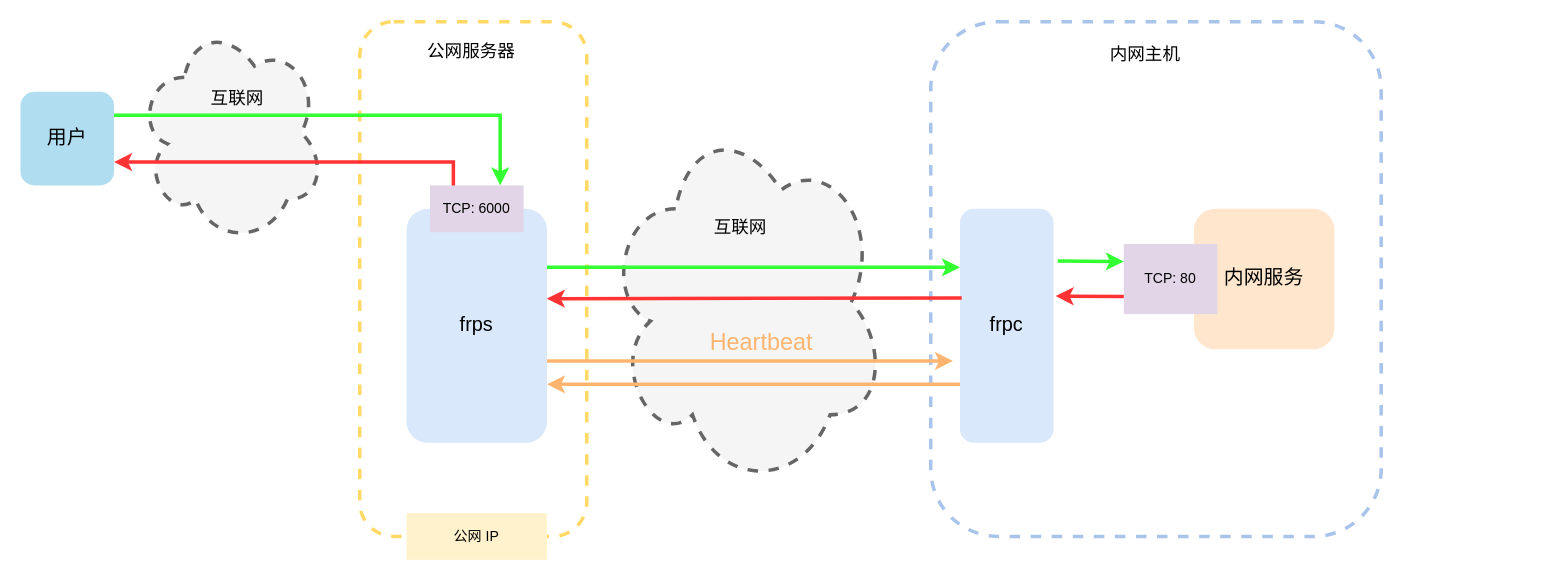
This is docs/UCAS/OOP/assets/workflow.drawio from LucasLan666666/LucasLan666666.github.io, a draw.io file, before an edit. Source tidied: cells renumbered, new cells numbered last; positions are measured from the earlier drawing's top-left corner, leaving out a move shared by most shapes. Both pictures are drawn from the tidied source at 117%, with x=0, y=0 at pixel (20, 21).
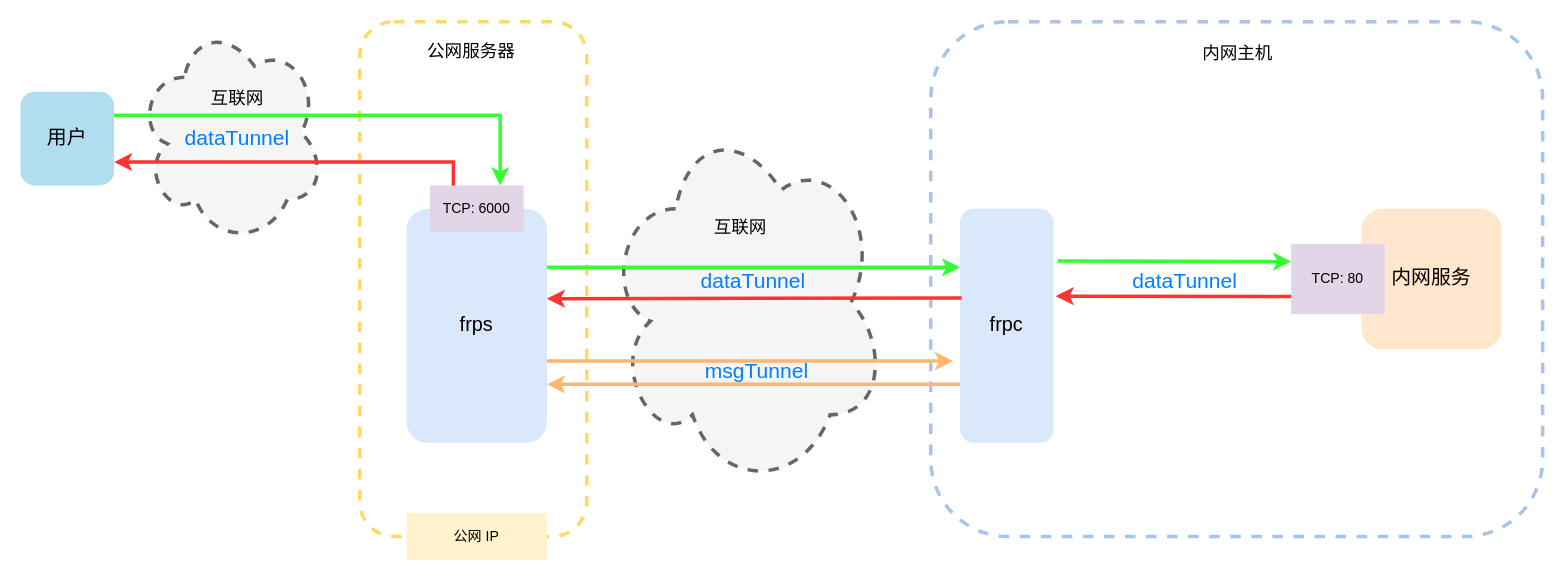
After the change.

Diff of the diagram source:
```diff
@@
     <mxCell id="6" style="rounded=1;whiteSpace=wrap;html=1;fillColor=none;dashed=1;strokeWidth=3;strokeColor=#A9C4EB;" parent="1" vertex="1">
-      <mxGeometry x="778" width="385" height="440" as="geometry" />
+      <mxGeometry x="778" width="523" height="440" as="geometry" />
     </mxCell>
@@
     <mxCell id="8" value="&lt;font style=&quot;font-size: 15px;&quot;&gt;内网主机&lt;/font&gt;" style="text;html=1;align=center;verticalAlign=middle;strokeColor=none;fillColor=none;" parent="1" vertex="1">
-      <mxGeometry x="921" y="12" width="80" height="30" as="geometry" />
+      <mxGeometry x="999.5" y="11" width="80" height="30" as="geometry" />
     </mxCell>
@@
     <mxCell id="16" value="&lt;font face=&quot;JetBrains Mono NL&quot; style=&quot;font-size: 17px;&quot;&gt;内网服务&lt;/font&gt;" style="rounded=1;whiteSpace=wrap;html=1;fillColor=#ffe6cc;strokeColor=none;" parent="1" vertex="1">
-      <mxGeometry x="1003" y="160" width="120" height="120" as="geometry" />
+      <mxGeometry x="1146" y="160" width="120" height="120" as="geometry" />
     </mxCell>
     <mxCell id="17" value="&lt;font face=&quot;JetBrains Mono NL&quot;&gt;TCP: 80&lt;/font&gt;" style="rounded=0;whiteSpace=wrap;html=1;fillColor=#e1d5e7;strokeColor=none;" parent="1" vertex="1">
-      <mxGeometry x="943" y="190" width="80" height="60" as="geometry" />
+      <mxGeometry x="1086" y="190" width="80" height="60" as="geometry" />
     </mxCell>
@@
-    <mxCell id="25" value="&lt;font color=&quot;#ffb570&quot; face=&quot;JetBrains Mono NL&quot; style=&quot;font-size: 20px;&quot;&gt;Heartbeat&lt;/font&gt;" style="text;html=1;align=center;verticalAlign=middle;strokeColor=none;fillColor=none;fontSize=20;" parent="1" vertex="1">
-      <mxGeometry x="570" y="253" width="126" height="39" as="geometry" />
-    </mxCell>
+    <mxCell id="26" value="&lt;font color=&quot;#007fff&quot; face=&quot;JetBrains Mono NL&quot; style=&quot;font-size: 18px;&quot;&gt;dataTunnel&lt;/font&gt;" style="text;html=1;align=center;verticalAlign=middle;strokeColor=none;fillColor=none;" parent="1" vertex="1">
+      <mxGeometry x="121.5" y="82" width="127" height="35" as="geometry" />
+    </mxCell>
+    <mxCell id="27" value="&lt;font color=&quot;#007fff&quot; face=&quot;JetBrains Mono NL&quot; style=&quot;font-size: 18px;&quot;&gt;dataTunnel&lt;/font&gt;" style="text;html=1;align=center;verticalAlign=middle;strokeColor=none;fillColor=none;" parent="1" vertex="1">
+      <mxGeometry x="562" y="204" width="127" height="35" as="geometry" />
+    </mxCell>
+    <mxCell id="28" value="&lt;font color=&quot;#007fff&quot; face=&quot;JetBrains Mono NL&quot; style=&quot;font-size: 18px;&quot;&gt;msgTunnel&lt;/font&gt;" style="text;html=1;align=center;verticalAlign=middle;strokeColor=none;fillColor=none;" parent="1" vertex="1">
+      <mxGeometry x="571" y="281" width="116" height="35" as="geometry" />
+    </mxCell>
+    <mxCell id="29" value="&lt;font color=&quot;#007fff&quot; face=&quot;JetBrains Mono NL&quot; style=&quot;font-size: 18px;&quot;&gt;dataTunnel&lt;/font&gt;" style="text;html=1;align=center;verticalAlign=middle;strokeColor=none;fillColor=none;" parent="1" vertex="1">
+      <mxGeometry x="931" y="204" width="127" height="35" as="geometry" />
+    </mxCell>
```
